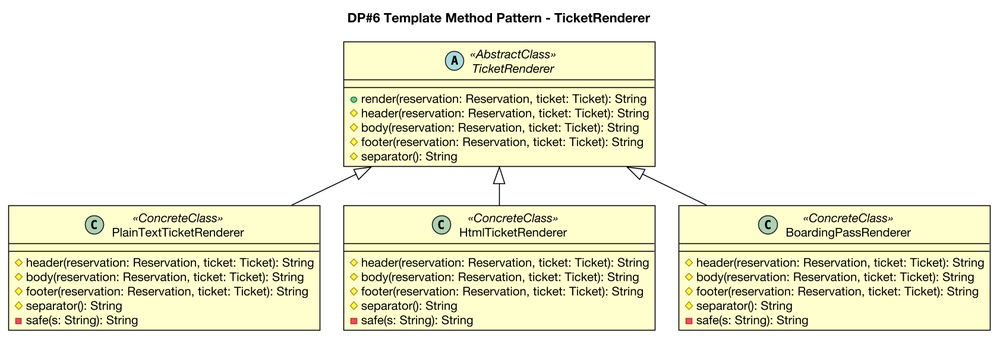
The PlantUML diagram docs/diagrams/iter4-puml/en/dp6-template-method.png in gimjungwook/KoreanAirReservationDomain, before a commit. Its diagram source:
```plantuml
@startuml dp6-template-method
skinparam backgroundColor #FFFFFF
skinparam shadowing false
skinparam roundcorner 0
skinparam linetype polyline
skinparam nodesep 26
skinparam ranksep 42
skinparam defaultFontName "Helvetica Neue"
skinparam defaultFontSize 13
skinparam dpi 150
skinparam class {
  BackgroundColor #FFFFCE
  BorderColor #000000
  BorderThickness 1
  ArrowColor #000000
  ArrowThickness 1
  FontColor #000000
  FontName "Helvetica Neue"
  AttributeFontColor #000000
  AttributeFontName "Helvetica Neue"
  StereotypeFontColor #000000
}
skinparam note {
  BackgroundColor #FFFFFF
  BorderColor #777777
  FontColor #000000
}

title DP#6 Template Method Pattern - TicketRenderer
abstract class TicketRenderer <<AbstractClass>> {
  +render(reservation: Reservation, ticket: Ticket): String
  #header(reservation: Reservation, ticket: Ticket): String
  #body(reservation: Reservation, ticket: Ticket): String
  #footer(reservation: Reservation, ticket: Ticket): String
  #separator(): String
}
class PlainTextTicketRenderer <<ConcreteClass>> {
  #header(reservation: Reservation, ticket: Ticket): String
  #body(reservation: Reservation, ticket: Ticket): String
  #footer(reservation: Reservation, ticket: Ticket): String
  #separator(): String
  -safe(s: String): String
}
class HtmlTicketRenderer <<ConcreteClass>> {
  #header(reservation: Reservation, ticket: Ticket): String
  #body(reservation: Reservation, ticket: Ticket): String
  #footer(reservation: Reservation, ticket: Ticket): String
  #separator(): String
  -safe(s: String): String
}
class BoardingPassRenderer <<ConcreteClass>> {
  #header(reservation: Reservation, ticket: Ticket): String
  #body(reservation: Reservation, ticket: Ticket): String
  #footer(reservation: Reservation, ticket: Ticket): String
  #separator(): String
  -safe(s: String): String
}
TicketRenderer <|-- PlainTextTicketRenderer
TicketRenderer <|-- HtmlTicketRenderer
TicketRenderer <|-- BoardingPassRenderer
@enduml
```
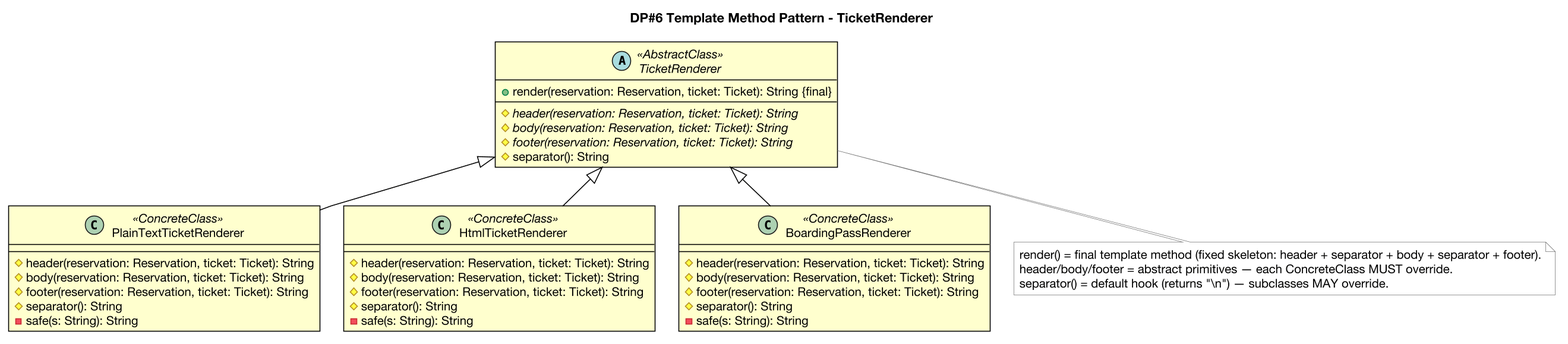
The same diagram one commit later.

Diff of the diagram source:
```diff
@@ -27,11 +27,13 @@
 }
 
 title DP#6 Template Method Pattern - TicketRenderer
+
 abstract class TicketRenderer <<AbstractClass>> {
-  +render(reservation: Reservation, ticket: Ticket): String
-  #header(reservation: Reservation, ticket: Ticket): String
-  #body(reservation: Reservation, ticket: Ticket): String
-  #footer(reservation: Reservation, ticket: Ticket): String
+  +render(reservation: Reservation, ticket: Ticket): String {final}
+  --
+  #{abstract} header(reservation: Reservation, ticket: Ticket): String
+  #{abstract} body(reservation: Reservation, ticket: Ticket): String
+  #{abstract} footer(reservation: Reservation, ticket: Ticket): String
   #separator(): String
 }
 class PlainTextTicketRenderer <<ConcreteClass>> {
@@ -55,7 +57,17 @@
   #separator(): String
   -safe(s: String): String
 }
+
+PlainTextTicketRenderer -[hidden]right- HtmlTicketRenderer
+HtmlTicketRenderer -[hidden]right- BoardingPassRenderer
+
 TicketRenderer <|-- PlainTextTicketRenderer
 TicketRenderer <|-- HtmlTicketRenderer
 TicketRenderer <|-- BoardingPassRenderer
+
+note bottom of TicketRenderer
+  render() = final template method (fixed skeleton: header + separator + body + separator + footer).
+  header/body/footer = abstract primitives — each ConcreteClass MUST override.
+  separator() = default hook (returns "\n") — subclasses MAY override.
+end note
 @enduml
```
